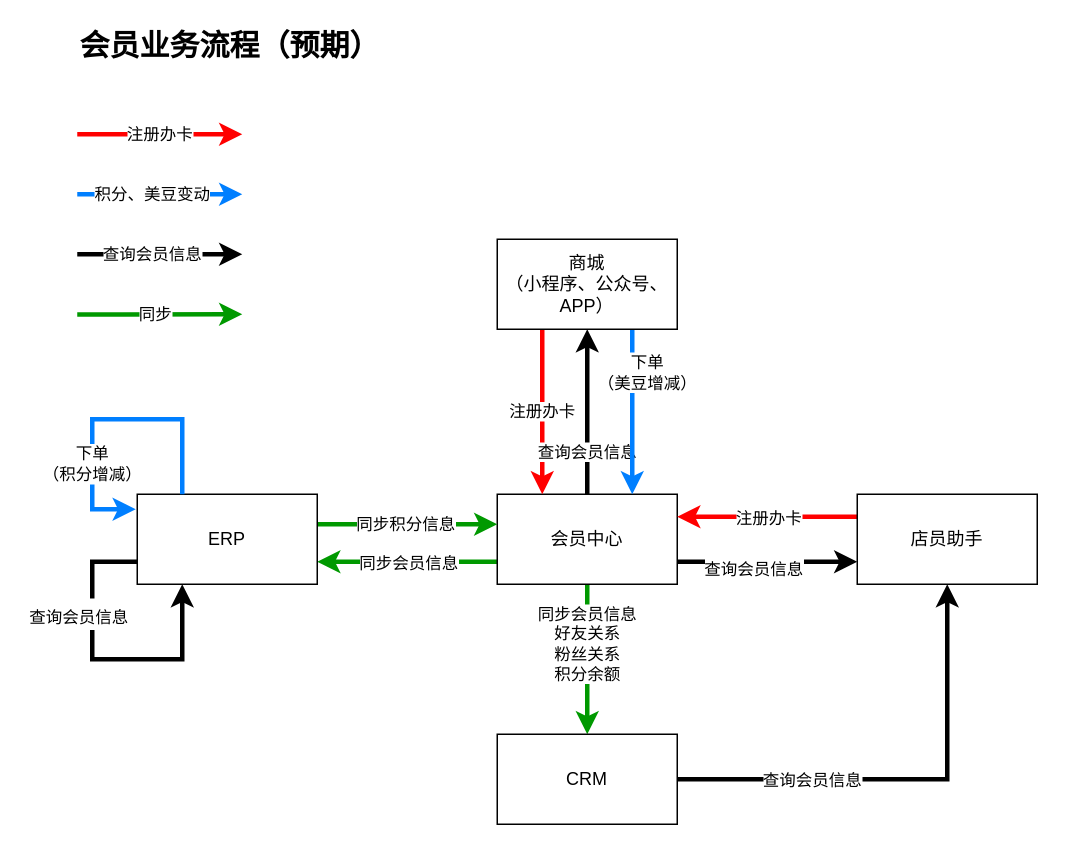
This is page "Page-1" (1 of 2) of Untitled Diagram.drawio from JustDoItHilary/HilarysTraining, a draw.io file, before an edit. Source tidied: cells renumbered, new cells numbered last; positions are measured from the earlier drawing's top-left corner, leaving out a move shared by most shapes. Both pictures are drawn from the tidied source at 150%, with x=0, y=0 at pixel (76, 28).
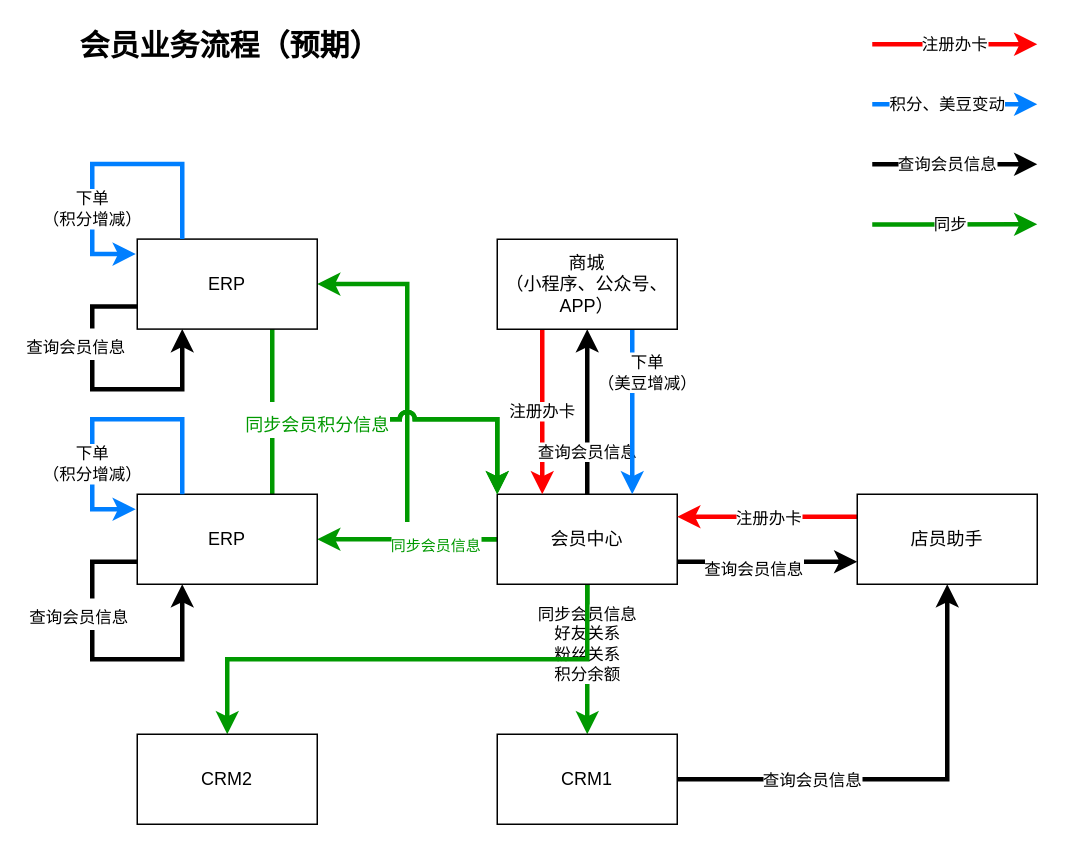
The same page after the edit.

The change refers to these unchanged cells:
```xml
<mxCell id="7" value="会员中心" style="rounded=0;whiteSpace=wrap;html=1;" parent="1" vertex="1">
  <mxGeometry x="280" y="310" width="120" height="60" as="geometry" />
</mxCell>
<mxCell id="14" value="ERP" style="rounded=0;whiteSpace=wrap;html=1;" parent="1" vertex="1">
  <mxGeometry x="40" y="310" width="120" height="60" as="geometry" />
</mxCell>
```

Change to the diagram source:
```diff
@@
-    <mxCell id="2" style="edgeStyle=orthogonalEdgeStyle;rounded=0;jettySize=auto;html=1;entryX=1;entryY=0.75;entryDx=0;entryDy=0;fillColor=#fff2cc;strokeWidth=3;strokeColor=#009900;" parent="1" edge="1" source="7" target="14">
-      <mxGeometry relative="1" as="geometry">
-        <Array as="points">
-          <mxPoint x="280" y="355" />
-          <mxPoint x="280" y="355" />
-        </Array>
-      </mxGeometry>
-    </mxCell>
-    <mxCell id="3" value="同步会员信息" style="edgeLabel;html=1;align=center;verticalAlign=middle;" parent="2" vertex="1">
-      <mxGeometry x="0.2" relative="1" as="geometry">
-        <mxPoint x="12" as="offset" />
-      </mxGeometry>
-    </mxCell>
@@
+    <mxCell id="30" style="edgeStyle=orthogonalEdgeStyle;rounded=0;jettySize=auto;html=1;exitX=0.5;exitY=1;exitDx=0;exitDy=0;entryX=0.5;entryY=0;entryDx=0;entryDy=0;strokeWidth=3;fontSize=20;fontColor=#009900;strokeColor=#009900;" parent="1" edge="1" source="7" target="32">
+      <mxGeometry relative="1" as="geometry" />
+    </mxCell>
+    <mxCell id="2" style="edgeStyle=orthogonalEdgeStyle;rounded=0;jettySize=auto;html=1;exitX=0;exitY=0.5;exitDx=0;exitDy=0;entryX=1;entryY=0.5;entryDx=0;entryDy=0;strokeColor=#009900;strokeWidth=3;fontSize=20;fontColor=#009900;jumpStyle=arc;" parent="1" edge="1" source="7" target="14">
+      <mxGeometry relative="1" as="geometry" />
+    </mxCell>
+    <mxCell id="3" value="&lt;font size=&quot;1&quot;&gt;同步会员信息&lt;/font&gt;" style="edgeStyle=orthogonalEdgeStyle;rounded=0;jettySize=auto;html=1;exitX=0;exitY=0.5;exitDx=0;exitDy=0;entryX=1;entryY=0.5;entryDx=0;entryDy=0;strokeColor=#009900;strokeWidth=3;fontSize=20;fontColor=#009900;jumpStyle=arc;" parent="1" edge="1" source="7" target="34">
+      <mxGeometry x="-0.72" relative="1" as="geometry">
+        <Array as="points">
+          <mxPoint x="220" y="340" />
+          <mxPoint x="220" y="170" />
+        </Array>
+      </mxGeometry>
+    </mxCell>
@@
-    <mxCell id="12" style="edgeStyle=orthogonalEdgeStyle;rounded=0;jettySize=auto;html=1;fillColor=#fff2cc;strokeWidth=3;strokeColor=#009900;" parent="1" edge="1" source="14">
-      <mxGeometry relative="1" as="geometry">
-        <mxPoint x="280" y="330" as="targetPoint" />
-        <Array as="points">
-          <mxPoint x="190" y="330" />
-          <mxPoint x="190" y="330" />
-        </Array>
-      </mxGeometry>
-    </mxCell>
-    <mxCell id="13" value="同步积分信息" style="edgeLabel;html=1;align=center;verticalAlign=middle;" parent="12" vertex="1">
-      <mxGeometry x="0.17" y="1" relative="1" as="geometry">
-        <mxPoint x="-12" as="offset" />
-      </mxGeometry>
-    </mxCell>
+    <mxCell id="31" style="edgeStyle=orthogonalEdgeStyle;rounded=0;jettySize=auto;html=1;exitX=0.75;exitY=0;exitDx=0;exitDy=0;entryX=0;entryY=0;entryDx=0;entryDy=0;strokeColor=#009900;strokeWidth=3;fontSize=20;fontColor=#009900;jumpStyle=arc;" parent="1" edge="1" source="14" target="7">
+      <mxGeometry relative="1" as="geometry">
+        <Array as="points">
+          <mxPoint x="130" y="260" />
+          <mxPoint x="280" y="260" />
+        </Array>
+      </mxGeometry>
+    </mxCell>
@@
-    <mxCell id="20" value="CRM" style="rounded=0;whiteSpace=wrap;html=1;" parent="1" vertex="1">
+    <mxCell id="20" value="CRM1" style="rounded=0;whiteSpace=wrap;html=1;" parent="1" vertex="1">
       <mxGeometry x="280" y="470" width="120" height="60" as="geometry" />
     </mxCell>
@@
     <mxCell id="22" value="注册办卡" style="edgeStyle=orthogonalEdgeStyle;rounded=0;orthogonalLoop=1;jettySize=auto;html=1;fillColor=#f8cecc;strokeColor=#FF0000;strokeWidth=3;" parent="1" edge="1">
       <mxGeometry relative="1" as="geometry">
-        <mxPoint y="70" as="sourcePoint" />
-        <mxPoint x="110" y="70" as="targetPoint" />
+        <mxPoint x="530" y="10" as="sourcePoint" />
+        <mxPoint x="640" y="10" as="targetPoint" />
         <Array as="points">
-          <mxPoint y="70" />
+          <mxPoint x="530" y="10" />
         </Array>
       </mxGeometry>
     </mxCell>
     <mxCell id="23" value="积分、美豆变动" style="edgeStyle=orthogonalEdgeStyle;rounded=0;orthogonalLoop=1;jettySize=auto;html=1;exitX=0.75;exitY=1;exitDx=0;exitDy=0;fillColor=#dae8fc;strokeColor=#007FFF;strokeWidth=3;" parent="1" edge="1">
       <mxGeometry x="-0.09" relative="1" as="geometry">
-        <mxPoint y="110" as="sourcePoint" />
-        <mxPoint x="110" y="110" as="targetPoint" />
+        <mxPoint x="530" y="50" as="sourcePoint" />
+        <mxPoint x="640" y="50" as="targetPoint" />
       </mxGeometry>
     </mxCell>
     <mxCell id="24" value="查询会员信息" style="edgeStyle=orthogonalEdgeStyle;rounded=0;orthogonalLoop=1;jettySize=auto;html=1;exitX=0.5;exitY=1;exitDx=0;exitDy=0;strokeWidth=3;" parent="1" edge="1">
       <mxGeometry x="-0.09" relative="1" as="geometry">
-        <mxPoint y="150" as="sourcePoint" />
-        <mxPoint x="110" y="150" as="targetPoint" />
+        <mxPoint x="530" y="90" as="sourcePoint" />
+        <mxPoint x="640" y="90" as="targetPoint" />
         <Array as="points">
-          <mxPoint y="150" />
+          <mxPoint x="530" y="90" />
         </Array>
       </mxGeometry>
     </mxCell>
@@
     <mxCell id="28" style="edgeStyle=orthogonalEdgeStyle;rounded=0;orthogonalLoop=1;jettySize=auto;html=1;fillColor=#fff2cc;strokeWidth=3;strokeColor=#009900;" parent="1" edge="1">
       <mxGeometry relative="1" as="geometry">
-        <mxPoint y="190.1" as="sourcePoint" />
-        <mxPoint x="110" y="190" as="targetPoint" />
+        <mxPoint x="530" y="130.1" as="sourcePoint" />
+        <mxPoint x="640" y="130" as="targetPoint" />
         <Array as="points">
-          <mxPoint x="30" y="190" />
-          <mxPoint x="30" y="190" />
+          <mxPoint x="560" y="130" />
+          <mxPoint x="560" y="130" />
         </Array>
       </mxGeometry>
     </mxCell>
@@
+    <mxCell id="32" value="CRM2" style="rounded=0;whiteSpace=wrap;html=1;" parent="1" vertex="1">
+      <mxGeometry x="40" y="470" width="120" height="60" as="geometry" />
+    </mxCell>
+    <mxCell id="33" value="&lt;font style=&quot;font-size: 12px&quot;&gt;同步会员积分信息&lt;/font&gt;" style="edgeStyle=orthogonalEdgeStyle;rounded=0;jettySize=auto;html=1;exitX=0.75;exitY=1;exitDx=0;exitDy=0;entryX=0;entryY=0;entryDx=0;entryDy=0;strokeColor=#009900;strokeWidth=3;fontSize=20;fontColor=#009900;jumpStyle=arc;" parent="1" edge="1" source="34" target="7">
+      <mxGeometry x="-0.31" relative="1" as="geometry">
+        <Array as="points">
+          <mxPoint x="130" y="260" />
+          <mxPoint x="280" y="260" />
+        </Array>
+      </mxGeometry>
+    </mxCell>
+    <mxCell id="34" value="ERP" style="rounded=0;whiteSpace=wrap;html=1;" parent="1" vertex="1">
+      <mxGeometry x="40" y="139.9" width="120" height="60" as="geometry" />
+    </mxCell>
+    <mxCell id="35" value="下单&lt;br&gt;（积分增减）" style="edgeStyle=orthogonalEdgeStyle;rounded=0;jettySize=auto;html=1;exitX=0.25;exitY=0;exitDx=0;exitDy=0;strokeColor=#007FFF;strokeWidth=3;" parent="1" edge="1" source="34">
+      <mxGeometry x="0.41" relative="1" as="geometry">
+        <mxPoint x="39" y="149.9" as="targetPoint" />
+        <Array as="points">
+          <mxPoint x="70" y="89.9" />
+          <mxPoint x="10" y="89.9" />
+          <mxPoint x="10" y="149.9" />
+        </Array>
+      </mxGeometry>
+    </mxCell>
+    <mxCell id="36" style="edgeStyle=orthogonalEdgeStyle;rounded=0;orthogonalLoop=1;jettySize=auto;html=1;exitX=0;exitY=0.75;exitDx=0;exitDy=0;strokeWidth=3;fontSize=18;entryX=0.25;entryY=1;entryDx=0;entryDy=0;" parent="1" edge="1" source="34" target="34">
+      <mxGeometry relative="1" as="geometry">
+        <Array as="points">
+          <mxPoint x="10" y="185" />
+          <mxPoint x="10" y="240" />
+          <mxPoint x="70" y="240" />
+        </Array>
+      </mxGeometry>
+    </mxCell>
+    <mxCell id="37" value="&lt;span style=&quot;font-size: 11px&quot;&gt;查询会员信息&lt;/span&gt;" style="edgeLabel;html=1;align=center;verticalAlign=middle;fontSize=18;" parent="36" vertex="1">
+      <mxGeometry x="0.22" relative="1" as="geometry">
+        <mxPoint x="-39.6" y="-30.1" as="offset" />
+      </mxGeometry>
+    </mxCell>
```
